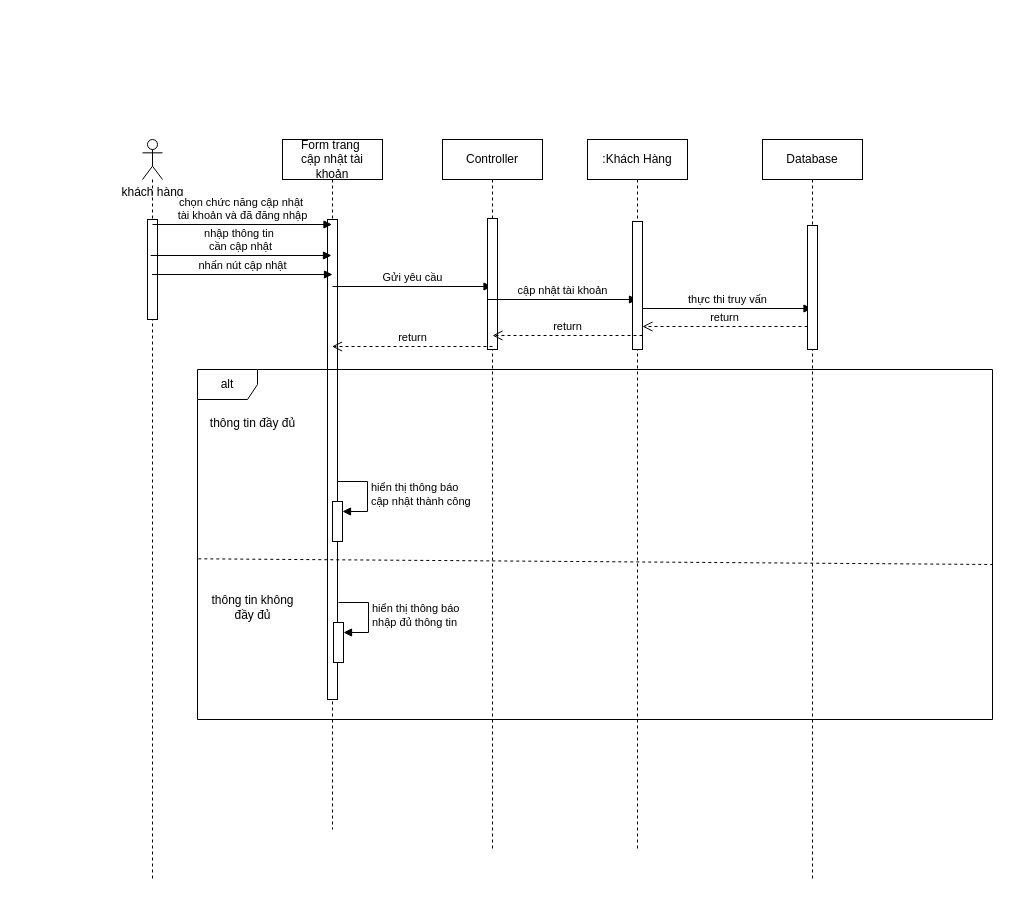
Before: User/Sequence/capnhaptk.drawio in dmn-05/PTTK-HTTT, a draw.io diagram. Source tidied: cells renumbered, new cells numbered last; positions are measured from the earlier drawing's top-left corner, leaving out a move shared by most shapes. Both pictures are drawn from the tidied source at 100%, with x=0, y=0 at pixel (107, 139).
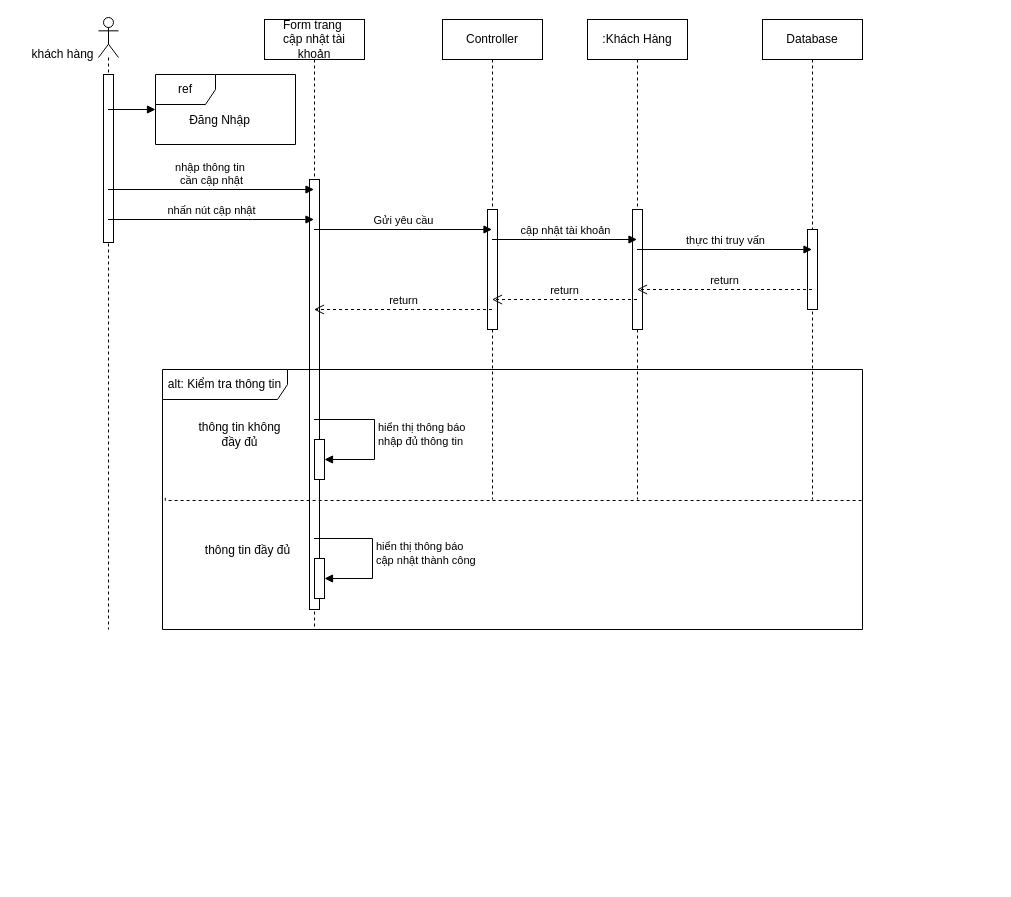
The same diagram, later.

Diff of the diagram source:
```diff
@@
     <mxCell id="2" style="shape=umlLifeline;perimeter=lifelinePerimeter;whiteSpace=wrap;html=1;outlineConnect=0;portConstraint=eastwest;newEdgeStyle={&quot;curved&quot;:0,&quot;rounded&quot;:0};participant=umlActor;" parent="1" vertex="1">
-      <mxGeometry x="35" width="20" height="740" as="geometry" />
+      <mxGeometry x="-9" y="-122" width="20" height="612" as="geometry" />
     </mxCell>
-    <mxCell id="3" style="html=1;points=[[0,0,0,0,5],[0,1,0,0,-5],[1,0,0,0,5],[1,1,0,0,-5]];perimeter=orthogonalPerimeter;outlineConnect=0;targetShapes=umlLifeline;portConstraint=eastwest;newEdgeStyle={&quot;curved&quot;:0,&quot;rounded&quot;:0};" parent="2" vertex="1">
-      <mxGeometry x="5" y="80" width="10" height="100" as="geometry" />
-    </mxCell>
+    <mxCell id="30" style="html=1;perimeter=orthogonalPerimeter;targetShapes=umlLifeline;newEdgeStyle={&quot;curved&quot;:0,&quot;rounded&quot;:0};" parent="2" vertex="1">
+      <mxGeometry x="5" y="57" width="10" height="168" as="geometry" />
+    </mxCell>
     <mxCell id="4" value="Controller" style="shape=umlLifeline;perimeter=lifelinePerimeter;whiteSpace=wrap;html=1;outlineConnect=0;portConstraint=eastwest;newEdgeStyle={&quot;curved&quot;:0,&quot;rounded&quot;:0};" parent="1" vertex="1">
-      <mxGeometry x="335" width="100" height="710" as="geometry" />
+      <mxGeometry x="335" y="-120" width="100" height="480" as="geometry" />
     </mxCell>
+    <mxCell id="31" style="html=1;perimeter=orthogonalPerimeter;targetShapes=umlLifeline;newEdgeStyle={&quot;curved&quot;:0,&quot;rounded&quot;:0};" parent="4" vertex="1">
+      <mxGeometry x="45" y="190" width="10" height="120" as="geometry" />
+    </mxCell>
     <mxCell id="5" value="Form trang&amp;nbsp;&lt;div&gt;cập nhật tài khoản&lt;/div&gt;" style="shape=umlLifeline;perimeter=lifelinePerimeter;whiteSpace=wrap;html=1;outlineConnect=0;portConstraint=eastwest;newEdgeStyle={&quot;curved&quot;:0,&quot;rounded&quot;:0};" parent="1" vertex="1">
-      <mxGeometry x="175" width="100" height="690" as="geometry" />
+      <mxGeometry x="157" y="-120" width="100" height="610" as="geometry" />
     </mxCell>
-    <mxCell id="6" style="html=1;perimeter=orthogonalPerimeter;targetShapes=umlLifeline;newEdgeStyle={&quot;curved&quot;:0,&quot;rounded&quot;:0};" parent="5" vertex="1">
-      <mxGeometry x="45" y="80" width="10" height="480" as="geometry" />
-    </mxCell>
+    <mxCell id="32" style="html=1;perimeter=orthogonalPerimeter;targetShapes=umlLifeline;newEdgeStyle={&quot;curved&quot;:0,&quot;rounded&quot;:0};" parent="5" vertex="1">
+      <mxGeometry x="45" y="160" width="10" height="430" as="geometry" />
+    </mxCell>
     <mxCell id="7" value=":Khách Hàng" style="shape=umlLifeline;perimeter=lifelinePerimeter;whiteSpace=wrap;html=1;outlineConnect=0;portConstraint=eastwest;newEdgeStyle={&quot;curved&quot;:0,&quot;rounded&quot;:0};" parent="1" vertex="1">
-      <mxGeometry x="480" width="100" height="710" as="geometry" />
+      <mxGeometry x="480" y="-120" width="100" height="480" as="geometry" />
     </mxCell>
+    <mxCell id="33" style="html=1;perimeter=orthogonalPerimeter;targetShapes=umlLifeline;newEdgeStyle={&quot;curved&quot;:0,&quot;rounded&quot;:0};" parent="7" vertex="1">
+      <mxGeometry x="45" y="190" width="10" height="120" as="geometry" />
+    </mxCell>
     <mxCell id="8" value="Database" style="shape=umlLifeline;perimeter=lifelinePerimeter;whiteSpace=wrap;html=1;outlineConnect=0;portConstraint=eastwest;newEdgeStyle={&quot;curved&quot;:0,&quot;rounded&quot;:0};" parent="1" vertex="1">
-      <mxGeometry x="655" width="100" height="740" as="geometry" />
+      <mxGeometry x="655" y="-120" width="100" height="480" as="geometry" />
     </mxCell>
+    <mxCell id="34" style="html=1;perimeter=orthogonalPerimeter;targetShapes=umlLifeline;newEdgeStyle={&quot;curved&quot;:0,&quot;rounded&quot;:0};" parent="8" vertex="1">
+      <mxGeometry x="45" y="210" width="10" height="80" as="geometry" />
+    </mxCell>
     <mxCell id="9" value="khách hàng" style="text;html=1;align=center;verticalAlign=middle;strokeColor=none;fillColor=none;" parent="1" vertex="1">
-      <mxGeometry y="38" width="90" height="30" as="geometry" />
+      <mxGeometry x="-90" y="-100" width="90" height="30" as="geometry" />
     </mxCell>
-    <mxCell id="10" value="chọn chức năng cập nhật&amp;nbsp;&lt;div&gt;tài khoản và đã đăng nhập&lt;/div&gt;" style="html=1;verticalAlign=bottom;endArrow=block;curved=0;rounded=0;exitX=0.5;exitY=0.05;exitDx=0;exitDy=0;exitPerimeter=0;" parent="1" edge="1" source="3" target="5">
+    <mxCell id="10" style="html=1;verticalAlign=bottom;endArrow=block;rounded=0;edgeStyle=elbowEdgeStyle;elbow=vertical;" parent="1" edge="1" source="2" target="35">
       <mxGeometry relative="1" as="geometry" />
     </mxCell>
-    <mxCell id="11" value="Gửi yêu cầu" style="html=1;verticalAlign=bottom;endArrow=block;curved=0;rounded=0;" parent="1" edge="1">
+    <mxCell id="11" value="Gửi yêu cầu" style="html=1;verticalAlign=bottom;endArrow=block;curved=0;rounded=0;" parent="1" edge="1" source="5" target="4">
       <mxGeometry relative="1" as="geometry">
-        <mxPoint x="225" y="147" as="sourcePoint" />
-        <mxPoint x="384.5" y="147" as="targetPoint" />
+        <Array as="points">
+          <mxPoint x="315" y="90" />
+        </Array>
       </mxGeometry>
     </mxCell>
-    <mxCell id="12" style="html=1;perimeter=orthogonalPerimeter;targetShapes=umlLifeline;newEdgeStyle={&quot;curved&quot;:0,&quot;rounded&quot;:0};" parent="1" vertex="1">
-      <mxGeometry x="380" y="79" width="10" height="131" as="geometry" />
-    </mxCell>
-    <mxCell id="13" value="nhập thông tin&amp;nbsp;&lt;div&gt;cần cập nhật&lt;/div&gt;" style="html=1;verticalAlign=bottom;endArrow=block;curved=0;rounded=0;" parent="1" edge="1">
+    <mxCell id="13" value="nhập thông tin&amp;nbsp;&lt;div&gt;cần cập nhật&lt;/div&gt;" style="html=1;verticalAlign=bottom;endArrow=block;rounded=0;edgeStyle=elbowEdgeStyle;elbow=vertical;" parent="1" edge="1" source="2" target="5">
       <mxGeometry relative="1" as="geometry">
-        <mxPoint x="43.2" y="116" as="sourcePoint" />
-        <mxPoint x="224" y="116" as="targetPoint" />
+        <Array as="points">
+          <mxPoint x="105" y="50" />
+        </Array>
       </mxGeometry>
     </mxCell>
-    <mxCell id="14" value="nhấn nút cập nhật" style="html=1;verticalAlign=bottom;endArrow=block;curved=0;rounded=0;" parent="1" edge="1" source="2">
+    <mxCell id="14" value="nhấn nút cập nhật" style="html=1;verticalAlign=bottom;endArrow=block;curved=0;rounded=0;" parent="1" edge="1" source="2" target="5">
       <mxGeometry relative="1" as="geometry">
-        <mxPoint x="225" y="135" as="targetPoint" />
+        <Array as="points">
+          <mxPoint x="145" y="80" />
+        </Array>
       </mxGeometry>
     </mxCell>
-    <mxCell id="15" value="alt" style="shape=umlFrame;whiteSpace=wrap;html=1;" parent="1" vertex="1">
-      <mxGeometry x="90" y="230" width="795" height="350" as="geometry" />
+    <mxCell id="15" value="alt: Kiểm tra thông tin" style="shape=umlFrame;whiteSpace=wrap;html=1;width=125;height=30;" parent="1" vertex="1">
+      <mxGeometry x="55" y="230" width="700" height="260" as="geometry" />
     </mxCell>
     <mxCell id="16" value="thông tin đầy đủ" style="text;html=1;align=center;verticalAlign=middle;strokeColor=none;fillColor=none;" parent="1" vertex="1">
-      <mxGeometry x="90" y="269" width="110" height="30" as="geometry" />
+      <mxGeometry x="85" y="396" width="110" height="30" as="geometry" />
     </mxCell>
     <mxCell id="17" style="html=1;points=[[0,0,0,0,5],[0,1,0,0,-5],[1,0,0,0,5],[1,1,0,0,-5]];perimeter=orthogonalPerimeter;outlineConnect=0;targetShapes=umlLifeline;portConstraint=eastwest;newEdgeStyle={&quot;curved&quot;:0,&quot;rounded&quot;:0};" parent="1" vertex="1">
-      <mxGeometry x="225" y="362" width="10" height="40" as="geometry" />
+      <mxGeometry x="207" y="419" width="10" height="40" as="geometry" />
     </mxCell>
-    <mxCell id="18" value="hiển thị thông báo&lt;div&gt;cập nhật thành công&lt;/div&gt;" style="html=1;align=left;spacingLeft=2;endArrow=block;rounded=0;edgeStyle=orthogonalEdgeStyle;curved=0;rounded=0;" parent="1" edge="1" target="17">
+    <mxCell id="18" value="hiển thị thông báo&lt;div&gt;cập nhật thành công&lt;/div&gt;" style="html=1;align=left;spacingLeft=2;endArrow=block;rounded=0;edgeStyle=orthogonalEdgeStyle;curved=0;rounded=0;" parent="1" edge="1" source="5" target="17">
       <mxGeometry relative="1" as="geometry">
-        <mxPoint x="230" y="342" as="sourcePoint" />
         <Array as="points">
-          <mxPoint x="260" y="372" />
+          <mxPoint x="265" y="399" />
+          <mxPoint x="265" y="439" />
         </Array>
       </mxGeometry>
     </mxCell>
-    <mxCell id="19" style="endArrow=none;dashed=1;html=1;rounded=0;exitX=0.001;exitY=0.69;exitDx=0;exitDy=0;exitPerimeter=0;" parent="1" edge="1">
+    <mxCell id="19" style="endArrow=none;dashed=1;html=1;rounded=0;exitX=0.001;exitY=0.69;exitDx=0;exitDy=0;exitPerimeter=0;edgeStyle=elbowEdgeStyle;elbow=vertical;" parent="1" edge="1">
       <mxGeometry relative="1" as="geometry">
-        <mxPoint x="90.8" y="419.3" as="sourcePoint" />
-        <mxPoint x="885" y="425" as="targetPoint" />
-        <Array as="points">
-          <mxPoint x="885" y="425" />
-        </Array>
+        <mxPoint x="57.8" y="358.3" as="sourcePoint" />
+        <mxPoint x="755" y="364" as="targetPoint" />
       </mxGeometry>
     </mxCell>
     <mxCell id="20" style="html=1;points=[[0,0,0,0,5],[0,1,0,0,-5],[1,0,0,0,5],[1,1,0,0,-5]];perimeter=orthogonalPerimeter;outlineConnect=0;targetShapes=umlLifeline;portConstraint=eastwest;newEdgeStyle={&quot;curved&quot;:0,&quot;rounded&quot;:0};" parent="1" vertex="1">
-      <mxGeometry x="226" y="483" width="10" height="40" as="geometry" />
+      <mxGeometry x="207" y="300" width="10" height="40" as="geometry" />
     </mxCell>
-    <mxCell id="21" value="hiển thị thông báo&lt;div&gt;nhập đủ thông tin&lt;/div&gt;" style="html=1;align=left;spacingLeft=2;endArrow=block;rounded=0;edgeStyle=orthogonalEdgeStyle;curved=0;rounded=0;" parent="1" edge="1" target="20">
+    <mxCell id="21" value="hiển thị thông báo&lt;div&gt;nhập đủ thông tin&lt;/div&gt;" style="html=1;align=left;spacingLeft=2;endArrow=block;rounded=0;edgeStyle=orthogonalEdgeStyle;rounded=0;elbow=vertical;" parent="1" edge="1" source="5" target="20">
       <mxGeometry relative="1" as="geometry">
-        <mxPoint x="231" y="463" as="sourcePoint" />
         <Array as="points">
-          <mxPoint x="261" y="493" />
+          <mxPoint x="267" y="280" />
+          <mxPoint x="267" y="320" />
         </Array>
       </mxGeometry>
     </mxCell>
     <mxCell id="22" value="thông tin không&lt;div&gt;đầy đủ&lt;/div&gt;" style="text;html=1;align=center;verticalAlign=middle;strokeColor=none;fillColor=none;" parent="1" vertex="1">
-      <mxGeometry x="90" y="448" width="110" height="40" as="geometry" />
+      <mxGeometry x="77" y="275" width="110" height="40" as="geometry" />
     </mxCell>
-    <mxCell id="23" value="cập nhật tài khoản" style="html=1;verticalAlign=bottom;endArrow=block;curved=0;rounded=0;entryX=0;entryY=0;entryDx=0;entryDy=0;entryPerimeter=0;" parent="1" edge="1">
+    <mxCell id="23" value="cập nhật tài khoản" style="html=1;verticalAlign=bottom;endArrow=block;curved=0;rounded=0;" parent="1" edge="1" source="4" target="7">
       <mxGeometry relative="1" as="geometry">
-        <mxPoint x="380" y="160" as="sourcePoint" />
-        <mxPoint x="530" y="160" as="targetPoint" />
+        <Array as="points">
+          <mxPoint x="465" y="100" />
+        </Array>
       </mxGeometry>
     </mxCell>
-    <mxCell id="24" value="thực thi truy vấn" style="html=1;verticalAlign=bottom;endArrow=block;curved=0;rounded=0;" parent="1" edge="1">
+    <mxCell id="24" value="thực thi truy vấn" style="html=1;verticalAlign=bottom;endArrow=block;curved=0;rounded=0;" parent="1" edge="1" source="7" target="8">
       <mxGeometry relative="1" as="geometry">
-        <mxPoint x="535" y="169" as="sourcePoint" />
-        <mxPoint x="704.5" y="169" as="targetPoint" />
+        <Array as="points">
+          <mxPoint x="615" y="110" />
+        </Array>
       </mxGeometry>
     </mxCell>
-    <mxCell id="25" style="html=1;perimeter=orthogonalPerimeter;targetShapes=umlLifeline;newEdgeStyle={&quot;curved&quot;:0,&quot;rounded&quot;:0};" parent="1" vertex="1">
-      <mxGeometry x="525" y="82" width="10" height="128" as="geometry" />
-    </mxCell>
-    <mxCell id="26" style="html=1;perimeter=orthogonalPerimeter;targetShapes=umlLifeline;newEdgeStyle={&quot;curved&quot;:0,&quot;rounded&quot;:0};" parent="1" vertex="1">
-      <mxGeometry x="700" y="86" width="10" height="124" as="geometry" />
-    </mxCell>
-    <mxCell id="27" value="return" style="html=1;verticalAlign=bottom;endArrow=open;dashed=1;endSize=8;curved=0;rounded=0;entryX=1;entryY=1;entryDx=0;entryDy=-5;entryPerimeter=0;" parent="1" edge="1">
+    <mxCell id="27" value="return" style="html=1;verticalAlign=bottom;endArrow=open;dashed=1;endSize=8;curved=0;rounded=0;" parent="1" edge="1" source="8" target="7">
       <mxGeometry relative="1" as="geometry">
-        <mxPoint x="700" y="187" as="sourcePoint" />
-        <mxPoint x="535" y="187" as="targetPoint" />
+        <Array as="points">
+          <mxPoint x="605" y="150" />
+        </Array>
       </mxGeometry>
     </mxCell>
-    <mxCell id="28" value="return" style="html=1;verticalAlign=bottom;endArrow=open;dashed=1;endSize=8;curved=0;rounded=0;" parent="1" edge="1">
+    <mxCell id="28" value="return" style="html=1;verticalAlign=bottom;endArrow=open;dashed=1;endSize=8;curved=0;rounded=0;" parent="1" edge="1" source="7" target="4">
       <mxGeometry relative="1" as="geometry">
-        <mxPoint x="535" y="196" as="sourcePoint" />
-        <mxPoint x="385" y="196" as="targetPoint" />
+        <Array as="points">
+          <mxPoint x="455" y="160" />
+        </Array>
       </mxGeometry>
     </mxCell>
-    <mxCell id="29" value="return" style="html=1;verticalAlign=bottom;endArrow=open;dashed=1;endSize=8;curved=0;rounded=0;" parent="1" edge="1">
+    <mxCell id="29" value="return" style="html=1;verticalAlign=bottom;endArrow=open;dashed=1;endSize=8;curved=0;rounded=0;" parent="1" edge="1" source="4" target="5">
       <mxGeometry relative="1" as="geometry">
-        <mxPoint x="385" y="207" as="sourcePoint" />
-        <mxPoint x="224.5" y="207" as="targetPoint" />
+        <Array as="points">
+          <mxPoint x="305" y="170" />
+        </Array>
       </mxGeometry>
     </mxCell>
+    <mxCell id="35" value="ref" style="shape=umlFrame;whiteSpace=wrap;html=1;" parent="1" vertex="1">
+      <mxGeometry x="48" y="-65" width="140" height="70" as="geometry" />
+    </mxCell>
+    <mxCell id="36" value="Đăng Nhập" style="text;html=1;align=center;verticalAlign=middle;strokeColor=none;fillColor=none;" parent="1" vertex="1">
+      <mxGeometry x="72" y="-34" width="80" height="30" as="geometry" />
+    </mxCell>
```
